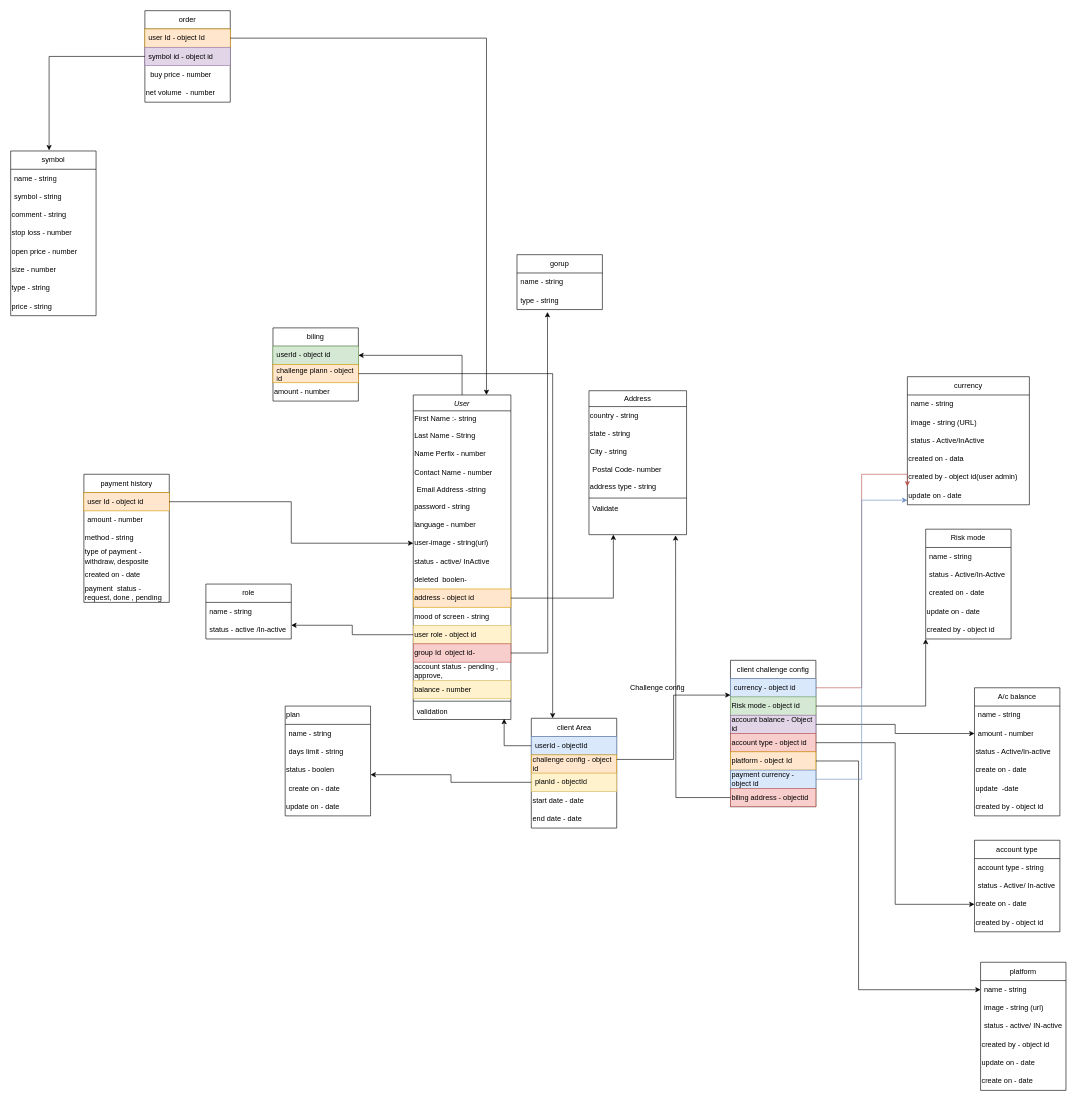
Above: Untitled Diagram.drawio in ankurram/testing1 (draw.io), before the change. Source tidied: cells renumbered, new cells numbered last; positions are measured from the earlier drawing's top-left corner, leaving out a move shared by most shapes. Both pictures are drawn from the tidied source at 61%, with x=0, y=0 at pixel (10, 10).
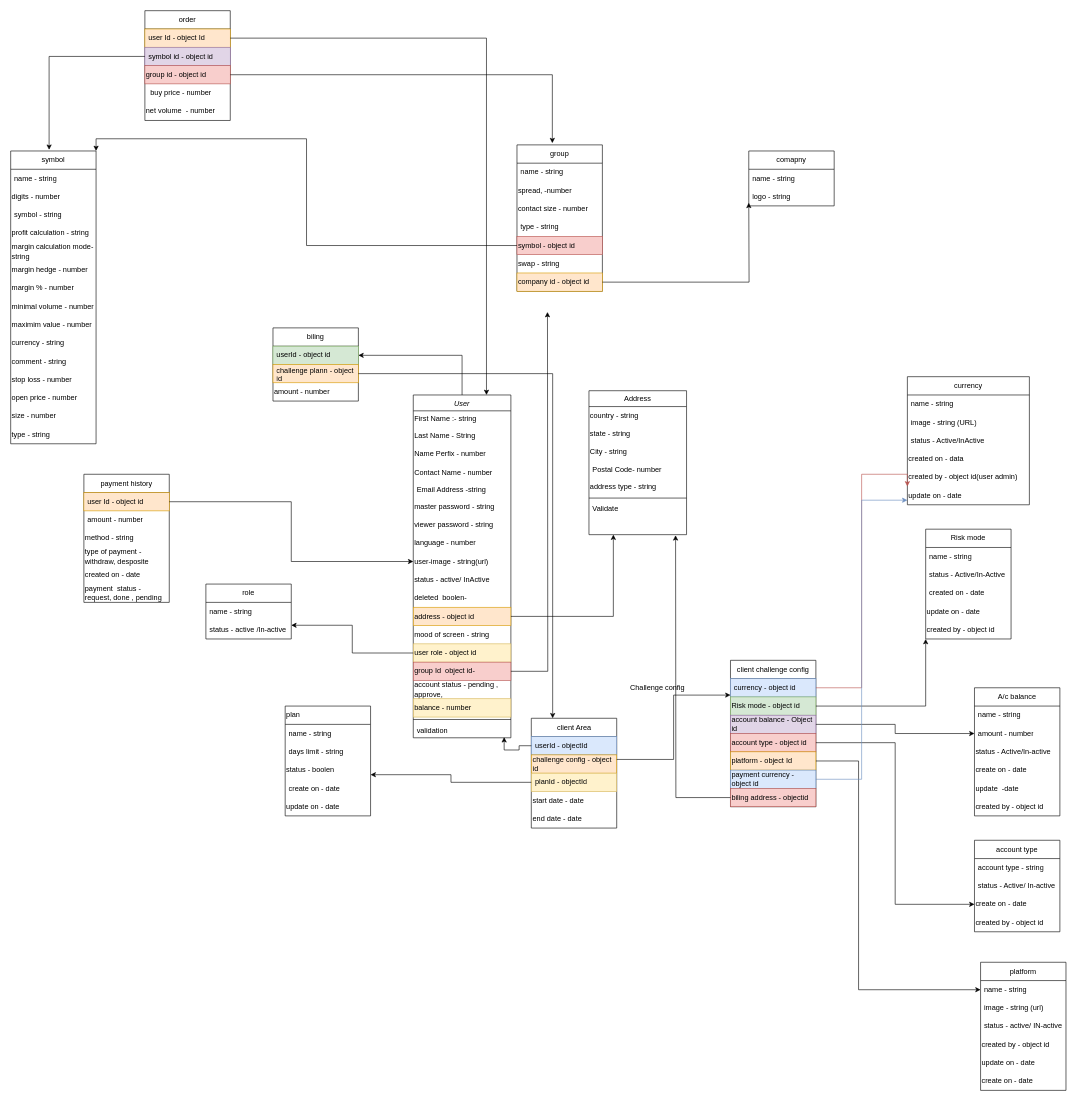
The same page after the edit.

The edit, as a diff of the source:
```diff
@@
     <mxCell id="3" value="User" style="swimlane;fontStyle=2;align=center;verticalAlign=top;horizontal=1;startSize=26;rounded=0;shadow=0;strokeWidth=1;" parent="1" vertex="1">
-      <mxGeometry x="660" y="630" width="160" height="532" as="geometry" />
+      <mxGeometry x="660" y="630" width="160" height="562" as="geometry" />
     </mxCell>
@@
-    <mxCell id="9" value="password - string" style="text;html=1;strokeColor=none;fillColor=none;align=left;verticalAlign=middle;whiteSpace=wrap;rounded=0;" parent="3" vertex="1">
+    <mxCell id="9" value="master password - string" style="text;html=1;strokeColor=none;fillColor=none;align=left;verticalAlign=middle;whiteSpace=wrap;rounded=0;" parent="3" vertex="1">
       <mxGeometry y="168" width="160" height="30" as="geometry" />
     </mxCell>
+    <mxCell id="131" value="viewer password - string" style="text;html=1;strokeColor=none;fillColor=none;align=left;verticalAlign=middle;whiteSpace=wrap;rounded=0;" parent="3" vertex="1">
+      <mxGeometry y="198" width="160" height="30" as="geometry" />
+    </mxCell>
     <mxCell id="10" value="language - number" style="text;html=1;strokeColor=none;fillColor=none;align=left;verticalAlign=middle;whiteSpace=wrap;rounded=0;" parent="3" vertex="1">
-      <mxGeometry y="198" width="160" height="30" as="geometry" />
+      <mxGeometry y="228" width="160" height="30" as="geometry" />
     </mxCell>
     <mxCell id="11" value="user-image - string(url)" style="text;html=1;strokeColor=none;fillColor=none;align=left;verticalAlign=middle;whiteSpace=wrap;rounded=0;" parent="3" vertex="1">
-      <mxGeometry y="228" width="160" height="30" as="geometry" />
+      <mxGeometry y="258" width="160" height="30" as="geometry" />
     </mxCell>
     <mxCell id="12" value="status - active/ InActive" style="text;html=1;strokeColor=none;fillColor=none;align=left;verticalAlign=middle;whiteSpace=wrap;rounded=0;" parent="3" vertex="1">
-      <mxGeometry y="258" width="160" height="30" as="geometry" />
+      <mxGeometry y="288" width="160" height="30" as="geometry" />
     </mxCell>
     <mxCell id="13" value="deleted&amp;nbsp; boolen- " style="text;html=1;strokeColor=none;fillColor=none;align=left;verticalAlign=middle;whiteSpace=wrap;rounded=0;" parent="3" vertex="1">
-      <mxGeometry y="288" width="160" height="30" as="geometry" />
+      <mxGeometry y="318" width="160" height="30" as="geometry" />
     </mxCell>
     <mxCell id="14" value="address - object id" style="text;html=1;strokeColor=#d79b00;fillColor=#ffe6cc;align=left;verticalAlign=middle;whiteSpace=wrap;rounded=0;" parent="3" vertex="1">
-      <mxGeometry y="318" width="160" height="30" as="geometry" />
+      <mxGeometry y="348" width="160" height="30" as="geometry" />
     </mxCell>
     <mxCell id="15" value="mood of screen - string" style="text;html=1;strokeColor=none;fillColor=none;align=left;verticalAlign=middle;whiteSpace=wrap;rounded=0;" parent="3" vertex="1">
-      <mxGeometry y="348" width="160" height="30" as="geometry" />
+      <mxGeometry y="378" width="160" height="30" as="geometry" />
     </mxCell>
     <mxCell id="16" value="user role - object id " style="text;html=1;strokeColor=#d6b656;fillColor=#fff2cc;align=left;verticalAlign=middle;whiteSpace=wrap;rounded=0;" parent="3" vertex="1">
-      <mxGeometry y="378" width="160" height="30" as="geometry" />
+      <mxGeometry y="408" width="160" height="30" as="geometry" />
     </mxCell>
     <mxCell id="17" value="group Id&amp;nbsp; object id-" style="text;html=1;strokeColor=#b85450;fillColor=#f8cecc;align=left;verticalAlign=middle;whiteSpace=wrap;rounded=0;" parent="3" vertex="1">
-      <mxGeometry y="408" width="160" height="30" as="geometry" />
+      <mxGeometry y="438" width="160" height="30" as="geometry" />
     </mxCell>
     <mxCell id="18" value="account status - pending , approve, " style="text;html=1;strokeColor=none;fillColor=none;align=left;verticalAlign=middle;whiteSpace=wrap;rounded=0;" parent="3" vertex="1">
-      <mxGeometry y="438" width="160" height="30" as="geometry" />
+      <mxGeometry y="468" width="160" height="30" as="geometry" />
     </mxCell>
     <mxCell id="19" value="balance - number" style="text;html=1;strokeColor=#d6b656;fillColor=#fff2cc;align=left;verticalAlign=middle;whiteSpace=wrap;rounded=0;" parent="3" vertex="1">
-      <mxGeometry y="468" width="160" height="30" as="geometry" />
+      <mxGeometry y="498" width="160" height="30" as="geometry" />
     </mxCell>
     <mxCell id="20" style="line;html=1;strokeWidth=1;align=left;verticalAlign=middle;spacingTop=-1;spacingLeft=3;spacingRight=3;labelPosition=right;" parent="3" vertex="1">
-      <mxGeometry y="498" width="160" height="8" as="geometry" />
+      <mxGeometry y="528" width="160" height="8" as="geometry" />
     </mxCell>
     <mxCell id="21" value="validation " style="text;align=left;verticalAlign=top;spacingLeft=4;spacingRight=4;overflow=hidden;points=[[0,0.5],[1,0.5]];portConstraint=eastwest;" parent="3" vertex="1">
-      <mxGeometry y="506" width="160" height="26" as="geometry" />
+      <mxGeometry y="536" width="160" height="26" as="geometry" />
     </mxCell>
@@
     <mxCell id="107" value="order" style="swimlane;fontStyle=0;horizontal=1;startSize=30;whiteSpace=wrap;html=1;" parent="1" vertex="1">
-      <mxGeometry x="220" width="140" height="150" as="geometry" />
+      <mxGeometry x="220" width="140" height="180" as="geometry" />
     </mxCell>
@@
+    <mxCell id="132" value="group id - object id" style="text;html=1;strokeColor=#b85450;fillColor=#f8cecc;align=left;verticalAlign=middle;whiteSpace=wrap;rounded=0;" parent="107" vertex="1">
+      <mxGeometry y="90" width="140" height="30" as="geometry" />
+    </mxCell>
     <mxCell id="110" value="&amp;nbsp;buy price - number" style="text;strokeColor=none;fillColor=none;align=left;verticalAlign=middle;spacingLeft=4;spacingRight=4;overflow=hidden;whiteSpace=wrap;html=1;" parent="107" vertex="1">
-      <mxGeometry y="90" width="140" height="30" as="geometry" />
+      <mxGeometry y="120" width="140" height="30" as="geometry" />
     </mxCell>
     <mxCell id="111" value="net volume&amp;nbsp; - number " style="text;html=1;strokeColor=none;fillColor=none;align=left;verticalAlign=middle;whiteSpace=wrap;rounded=0;" parent="107" vertex="1">
-      <mxGeometry y="120" width="140" height="30" as="geometry" />
+      <mxGeometry y="150" width="140" height="30" as="geometry" />
     </mxCell>
@@
-    <mxCell id="116" value="gorup" style="swimlane;fontStyle=0;horizontal=1;startSize=30;whiteSpace=wrap;html=1;" parent="1" vertex="1">
-      <mxGeometry x="830" y="400" width="140" height="90" as="geometry" />
+    <mxCell id="116" value="group " style="swimlane;fontStyle=0;horizontal=1;startSize=30;whiteSpace=wrap;html=1;" parent="1" vertex="1">
+      <mxGeometry x="830" y="220" width="140" height="240" as="geometry" />
     </mxCell>
@@
+    <mxCell id="133" value="&lt;div align=&quot;left&quot;&gt;spread, -number&lt;br&gt;&lt;/div&gt;" style="text;html=1;strokeColor=none;fillColor=none;align=left;verticalAlign=middle;whiteSpace=wrap;rounded=0;" parent="116" vertex="1">
+      <mxGeometry y="60" width="140" height="30" as="geometry" />
+    </mxCell>
+    <mxCell id="134" value="contact size - number" style="text;html=1;strokeColor=none;fillColor=none;align=left;verticalAlign=middle;whiteSpace=wrap;rounded=0;" parent="116" vertex="1">
+      <mxGeometry y="90" width="140" height="30" as="geometry" />
+    </mxCell>
     <mxCell id="118" value="type - string" style="text;strokeColor=none;fillColor=none;align=left;verticalAlign=middle;spacingLeft=4;spacingRight=4;overflow=hidden;whiteSpace=wrap;html=1;" parent="116" vertex="1">
-      <mxGeometry y="60" width="140" height="30" as="geometry" />
+      <mxGeometry y="120" width="140" height="30" as="geometry" />
     </mxCell>
+    <mxCell id="135" value="symbol - object id" style="text;html=1;strokeColor=#b85450;fillColor=#f8cecc;align=left;verticalAlign=middle;whiteSpace=wrap;rounded=0;" parent="116" vertex="1">
+      <mxGeometry y="150" width="140" height="30" as="geometry" />
+    </mxCell>
+    <mxCell id="136" value="swap - string" style="text;html=1;strokeColor=none;fillColor=none;align=left;verticalAlign=middle;whiteSpace=wrap;rounded=0;" parent="116" vertex="1">
+      <mxGeometry y="180" width="140" height="30" as="geometry" />
+    </mxCell>
+    <mxCell id="137" value="company id - object id" style="text;html=1;strokeColor=#d79b00;fillColor=#ffe6cc;align=left;verticalAlign=middle;whiteSpace=wrap;rounded=0;" parent="116" vertex="1">
+      <mxGeometry y="210" width="140" height="30" as="geometry" />
+    </mxCell>
@@
     <mxCell id="120" value="symbol" style="swimlane;fontStyle=0;horizontal=1;startSize=30;whiteSpace=wrap;html=1;" parent="1" vertex="1">
-      <mxGeometry y="230" width="140" height="270" as="geometry" />
+      <mxGeometry y="230" width="140" height="480" as="geometry" />
     </mxCell>
@@
+    <mxCell id="138" value="&lt;div align=&quot;left&quot;&gt;digits - number&lt;br&gt;&lt;/div&gt;" style="text;html=1;strokeColor=none;fillColor=none;align=left;verticalAlign=middle;whiteSpace=wrap;rounded=0;" parent="120" vertex="1">
+      <mxGeometry y="60" width="140" height="30" as="geometry" />
+    </mxCell>
     <mxCell id="122" value="symbol - string" style="text;strokeColor=none;fillColor=none;align=left;verticalAlign=middle;spacingLeft=4;spacingRight=4;overflow=hidden;whiteSpace=wrap;html=1;" parent="120" vertex="1">
-      <mxGeometry y="60" width="140" height="30" as="geometry" />
+      <mxGeometry y="90" width="140" height="30" as="geometry" />
     </mxCell>
+    <mxCell id="139" value="profit calculation - string" style="text;html=1;strokeColor=none;fillColor=none;align=left;verticalAlign=middle;whiteSpace=wrap;rounded=0;" parent="120" vertex="1">
+      <mxGeometry y="120" width="140" height="30" as="geometry" />
+    </mxCell>
+    <mxCell id="140" value="margin calculation mode- string" style="text;html=1;strokeColor=none;fillColor=none;align=left;verticalAlign=middle;whiteSpace=wrap;rounded=0;" parent="120" vertex="1">
+      <mxGeometry y="150" width="140" height="30" as="geometry" />
+    </mxCell>
+    <mxCell id="141" value="margin hedge - number" style="text;html=1;strokeColor=none;fillColor=none;align=left;verticalAlign=middle;whiteSpace=wrap;rounded=0;" parent="120" vertex="1">
+      <mxGeometry y="180" width="140" height="30" as="geometry" />
+    </mxCell>
+    <mxCell id="142" value="margin % - number" style="text;html=1;strokeColor=none;fillColor=none;align=left;verticalAlign=middle;whiteSpace=wrap;rounded=0;" parent="120" vertex="1">
+      <mxGeometry y="210" width="140" height="30" as="geometry" />
+    </mxCell>
+    <mxCell id="143" value="minimal volume - number " style="text;html=1;strokeColor=none;fillColor=none;align=left;verticalAlign=middle;whiteSpace=wrap;rounded=0;" parent="120" vertex="1">
+      <mxGeometry y="240" width="140" height="30" as="geometry" />
+    </mxCell>
+    <mxCell id="144" value="maximim value - number" style="text;html=1;strokeColor=none;fillColor=none;align=left;verticalAlign=middle;whiteSpace=wrap;rounded=0;" parent="120" vertex="1">
+      <mxGeometry y="270" width="140" height="30" as="geometry" />
+    </mxCell>
+    <mxCell id="145" value="currency - string" style="text;html=1;strokeColor=none;fillColor=none;align=left;verticalAlign=middle;whiteSpace=wrap;rounded=0;" parent="120" vertex="1">
+      <mxGeometry y="300" width="140" height="30" as="geometry" />
+    </mxCell>
     <mxCell id="123" value="comment - string" style="text;html=1;strokeColor=none;fillColor=none;align=left;verticalAlign=middle;whiteSpace=wrap;rounded=0;" parent="120" vertex="1">
-      <mxGeometry y="90" width="140" height="30" as="geometry" />
+      <mxGeometry y="330" width="140" height="30" as="geometry" />
     </mxCell>
     <mxCell id="124" value="stop loss - number" style="text;html=1;strokeColor=none;fillColor=none;align=left;verticalAlign=middle;whiteSpace=wrap;rounded=0;" parent="120" vertex="1">
-      <mxGeometry y="120" width="140" height="30" as="geometry" />
+      <mxGeometry y="360" width="140" height="30" as="geometry" />
     </mxCell>
     <mxCell id="125" value="open price - number " style="text;html=1;strokeColor=none;fillColor=none;align=left;verticalAlign=middle;whiteSpace=wrap;rounded=0;" parent="120" vertex="1">
-      <mxGeometry y="150" width="140" height="30" as="geometry" />
+      <mxGeometry y="390" width="140" height="30" as="geometry" />
     </mxCell>
     <mxCell id="126" value="size - number" style="text;html=1;strokeColor=none;fillColor=none;align=left;verticalAlign=middle;whiteSpace=wrap;rounded=0;" parent="120" vertex="1">
-      <mxGeometry y="180" width="140" height="30" as="geometry" />
+      <mxGeometry y="420" width="140" height="30" as="geometry" />
     </mxCell>
     <mxCell id="127" value="type - string" style="text;html=1;strokeColor=none;fillColor=none;align=left;verticalAlign=middle;whiteSpace=wrap;rounded=0;" parent="120" vertex="1">
-      <mxGeometry y="210" width="140" height="30" as="geometry" />
+      <mxGeometry y="450" width="140" height="30" as="geometry" />
     </mxCell>
-    <mxCell id="128" value="price - string" style="text;html=1;strokeColor=none;fillColor=none;align=left;verticalAlign=middle;whiteSpace=wrap;rounded=0;" parent="120" vertex="1">
-      <mxGeometry y="240" width="140" height="30" as="geometry" />
-    </mxCell>
@@
+    <mxCell id="146" value="comapny" style="swimlane;fontStyle=0;horizontal=1;startSize=30;whiteSpace=wrap;html=1;" parent="1" vertex="1">
+      <mxGeometry x="1210" y="230" width="140" height="90" as="geometry" />
+    </mxCell>
+    <mxCell id="147" value="name - string" style="text;strokeColor=none;fillColor=none;align=left;verticalAlign=middle;spacingLeft=4;spacingRight=4;overflow=hidden;whiteSpace=wrap;html=1;" parent="146" vertex="1">
+      <mxGeometry y="30" width="140" height="30" as="geometry" />
+    </mxCell>
+    <mxCell id="148" value="logo - string" style="text;strokeColor=none;fillColor=none;align=left;verticalAlign=middle;spacingLeft=4;spacingRight=4;overflow=hidden;whiteSpace=wrap;html=1;" parent="146" vertex="1">
+      <mxGeometry y="60" width="140" height="30" as="geometry" />
+    </mxCell>
+    <mxCell id="149" style="edgeStyle=orthogonalEdgeStyle;rounded=0;jettySize=auto;html=1;" parent="1" edge="1" source="137">
+      <mxGeometry relative="1" as="geometry">
+        <mxPoint x="1210" y="315" as="targetPoint" />
+      </mxGeometry>
+    </mxCell>
+    <mxCell id="150" style="edgeStyle=orthogonalEdgeStyle;rounded=0;jettySize=auto;html=1;entryX=1;entryY=0;entryDx=0;entryDy=0;" parent="1" edge="1" source="135" target="120">
+      <mxGeometry relative="1" as="geometry" />
+    </mxCell>
+    <mxCell id="151" style="edgeStyle=orthogonalEdgeStyle;rounded=0;jettySize=auto;html=1;entryX=0.414;entryY=-0.012;entryDx=0;entryDy=0;entryPerimeter=0;" parent="1" edge="1" source="132" target="116">
+      <mxGeometry relative="1" as="geometry" />
+    </mxCell>
```
